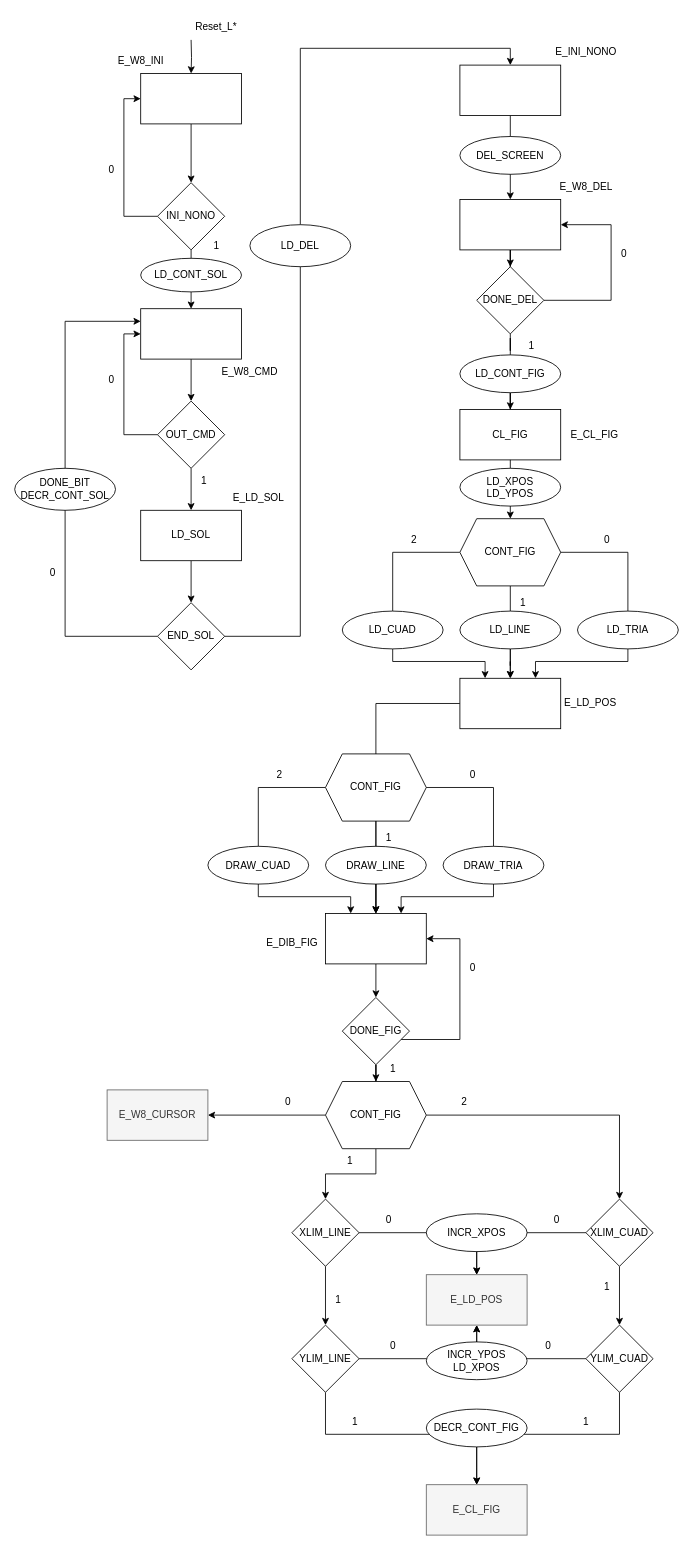
Above: DiagramasDisenio/FicherosDrawio/NONO_GRAPHICS_UC.drawio in DASDNonograma/Nonograma (draw.io), before the change. Source tidied: cells renumbered, new cells numbered last; positions are measured from the earlier drawing's top-left corner, leaving out a move shared by most shapes. Both pictures are drawn from the tidied source at 84%, with x=0, y=0 at pixel (14, 14).
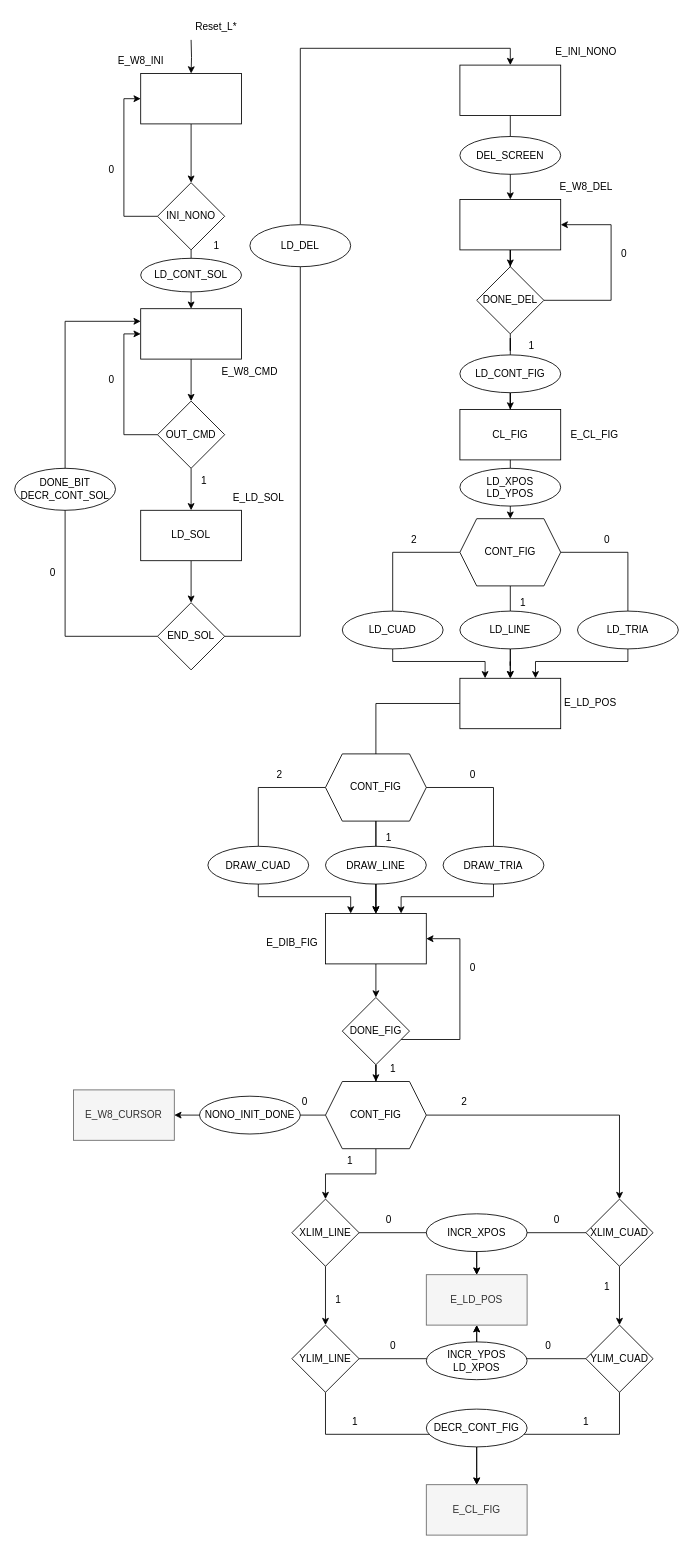
The same diagram, later.

What changed in the source:
```diff
@@
     <mxCell id="75" value="E_W8_CURSOR" style="rounded=0;whiteSpace=wrap;html=1;fillColor=#f5f5f5;fontColor=#333333;strokeColor=#666666;" parent="1" vertex="1">
-      <mxGeometry x="110" y="1280" width="120" height="60" as="geometry" />
+      <mxGeometry x="70" y="1280" width="120" height="60" as="geometry" />
     </mxCell>
@@
     <mxCell id="107" value="0" style="text;html=1;align=center;verticalAlign=middle;strokeColor=none;fillColor=none;" parent="1" vertex="1">
-      <mxGeometry x="310" y="1280" width="30" height="30" as="geometry" />
+      <mxGeometry x="330" y="1280" width="30" height="30" as="geometry" />
     </mxCell>
@@
+    <mxCell id="116" value="NONO_INIT_DONE" style="ellipse;whiteSpace=wrap;html=1;" parent="1" vertex="1">
+      <mxGeometry x="220" y="1287.5" width="120" height="45" as="geometry" />
+    </mxCell>
```
